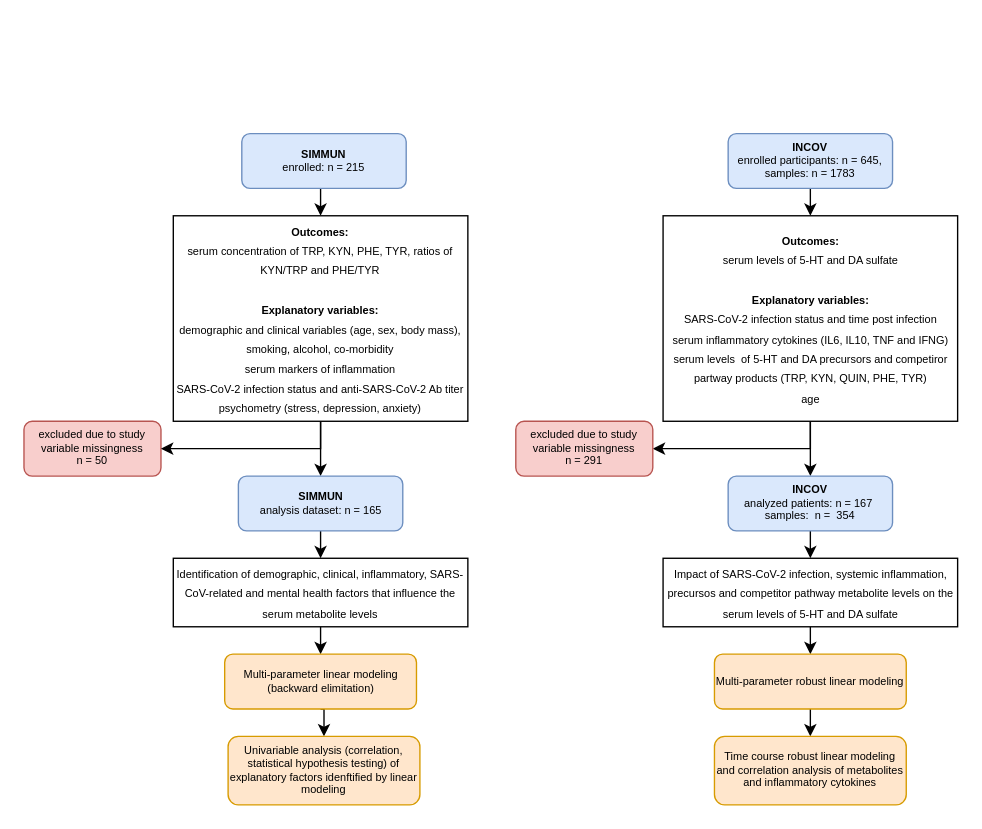
The draw.io diagram schemes/inclusion.drawio in PiotrTymoszuk/simmun, before the edit. Source tidied: cells renumbered, new cells numbered last; positions are measured from the earlier drawing's top-left corner, leaving out a move shared by most shapes. Both pictures are drawn from the tidied source at 137%, with x=0, y=0 at pixel (23, 133).
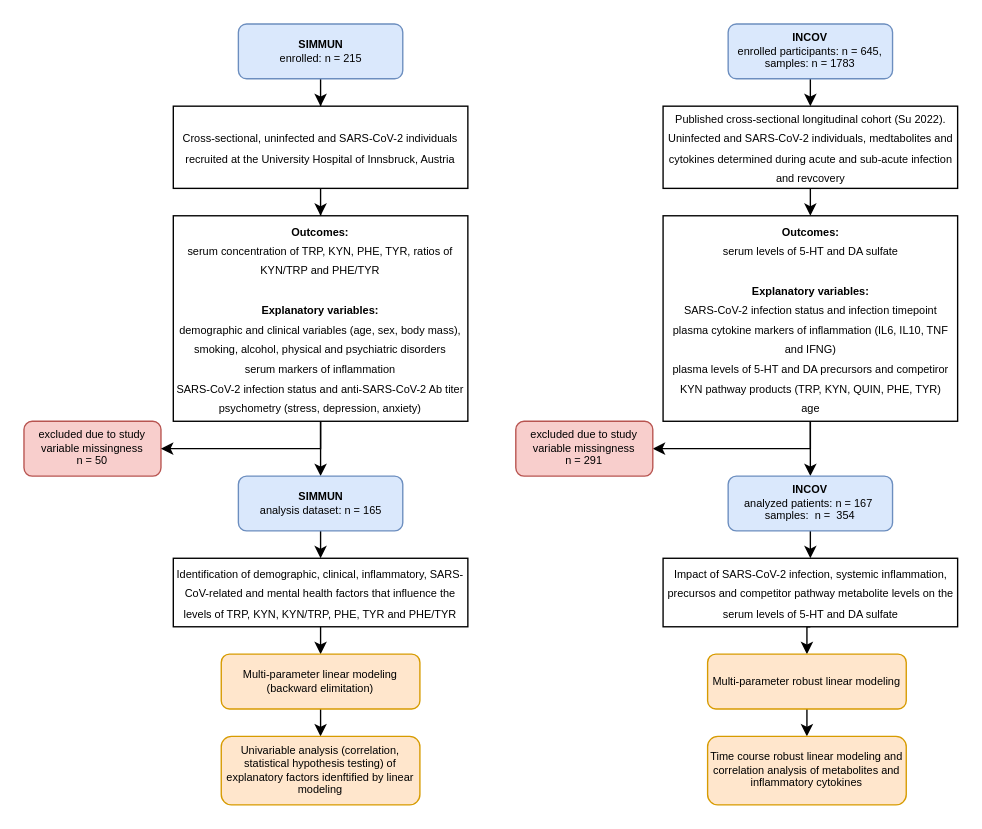
Above is the later version.

What changed in the source:
```diff
@@
-    <mxCell id="2" style="edgeStyle=orthogonalEdgeStyle;rounded=0;jettySize=auto;html=1;exitX=0.5;exitY=1;exitDx=0;exitDy=0;entryX=0.5;entryY=0;entryDx=0;entryDy=0;" parent="1" edge="1" source="3" target="7">
-      <mxGeometry relative="1" as="geometry" />
-    </mxCell>
+    <mxCell id="28" style="edgeStyle=orthogonalEdgeStyle;rounded=0;jettySize=auto;html=1;entryX=0.5;entryY=0;entryDx=0;entryDy=0;" parent="1" edge="1" source="3" target="31">
+      <mxGeometry relative="1" as="geometry" />
+    </mxCell>
     <mxCell id="3" value="SIMMUN&lt;br&gt;&lt;span style=&quot;font-weight: normal;&quot;&gt;enrolled: n = 215&lt;/span&gt;" style="rounded=1;whiteSpace=wrap;html=1;fontStyle=1;fontSize=8;fillColor=#dae8fc;strokeColor=#6c8ebf;" parent="1" vertex="1">
-      <mxGeometry x="159" width="120" height="40" as="geometry" />
+      <mxGeometry x="156.5" y="-80" width="120" height="40" as="geometry" />
     </mxCell>
@@
-    <mxCell id="7" value="&lt;font style=&quot;font-size: 8px;&quot;&gt;&lt;b style=&quot;border-color: var(--border-color);&quot;&gt;Outcomes:&lt;/b&gt;&lt;br style=&quot;border-color: var(--border-color);&quot;&gt;serum concentration of TRP, KYN, PHE, TYR, ratios of KYN/TRP and PHE/TYR&lt;br style=&quot;border-color: var(--border-color);&quot;&gt;&lt;br style=&quot;border-color: var(--border-color);&quot;&gt;&lt;b style=&quot;border-color: var(--border-color);&quot;&gt;Explanatory variables:&lt;br style=&quot;border-color: var(--border-color);&quot;&gt;&lt;/b&gt;demographic and clinical variables (age, sex, body mass), smoking, alcohol, co-morbidity&lt;br style=&quot;border-color: var(--border-color);&quot;&gt;serum markers of inflammation&lt;br style=&quot;border-color: var(--border-color);&quot;&gt;SARS-CoV-2 infection status and anti-SARS-CoV-2 Ab titer&lt;br style=&quot;border-color: var(--border-color);&quot;&gt;psychometry (stress, depression, anxiety)&lt;/font&gt;" style="rounded=0;whiteSpace=wrap;html=1;" parent="1" vertex="1">
+    <mxCell id="7" value="&lt;font style=&quot;font-size: 8px;&quot;&gt;&lt;b style=&quot;border-color: var(--border-color);&quot;&gt;Outcomes:&lt;/b&gt;&lt;br style=&quot;border-color: var(--border-color);&quot;&gt;serum concentration of TRP, KYN, PHE, TYR, ratios of KYN/TRP and PHE/TYR&lt;br style=&quot;border-color: var(--border-color);&quot;&gt;&lt;br style=&quot;border-color: var(--border-color);&quot;&gt;&lt;b style=&quot;border-color: var(--border-color);&quot;&gt;Explanatory variables:&lt;br style=&quot;border-color: var(--border-color);&quot;&gt;&lt;/b&gt;demographic and clinical variables (age, sex, body mass), smoking, alcohol, physical and psychiatric disorders&lt;br style=&quot;border-color: var(--border-color);&quot;&gt;serum markers of inflammation&lt;br style=&quot;border-color: var(--border-color);&quot;&gt;SARS-CoV-2 infection status and anti-SARS-CoV-2 Ab titer&lt;br style=&quot;border-color: var(--border-color);&quot;&gt;psychometry (stress, depression, anxiety)&lt;/font&gt;" style="rounded=0;whiteSpace=wrap;html=1;" parent="1" vertex="1">
       <mxGeometry x="109" y="60" width="215" height="150" as="geometry" />
     </mxCell>
@@
-    <mxCell id="11" value="&lt;font style=&quot;font-size: 8px;&quot;&gt;Identification of demographic, clinical, inflammatory, SARS-CoV-related and mental health factors that influence the serum metabolite levels&lt;/font&gt;" style="rounded=0;whiteSpace=wrap;html=1;" parent="1" vertex="1">
+    <mxCell id="11" value="&lt;font style=&quot;font-size: 8px;&quot;&gt;Identification of demographic, clinical, inflammatory, SARS-CoV-related and mental health factors that influence the levels of TRP, KYN, KYN/TRP, PHE, TYR and PHE/TYR&lt;/font&gt;" style="rounded=0;whiteSpace=wrap;html=1;" parent="1" vertex="1">
       <mxGeometry x="109" y="310" width="215" height="50" as="geometry" />
     </mxCell>
@@
     <mxCell id="13" value="Multi-parameter linear modeling (backward elimitation)" style="rounded=1;whiteSpace=wrap;html=1;fontSize=8;fillColor=#ffe6cc;strokeColor=#d79b00;" parent="1" vertex="1">
-      <mxGeometry x="146.5" y="380" width="140" height="40" as="geometry" />
+      <mxGeometry x="144" y="380" width="145" height="40" as="geometry" />
     </mxCell>
     <mxCell id="14" value="Univariable analysis (correlation, statistical hypothesis testing) of explanatory factors idenftified by linear modeling" style="rounded=1;whiteSpace=wrap;html=1;fontSize=8;fillColor=#ffe6cc;strokeColor=#d79b00;" parent="1" vertex="1">
-      <mxGeometry x="149" y="440" width="140" height="50" as="geometry" />
+      <mxGeometry x="144" y="440" width="145" height="50" as="geometry" />
     </mxCell>
-    <mxCell id="15" style="edgeStyle=orthogonalEdgeStyle;rounded=0;jettySize=auto;html=1;exitX=0.5;exitY=1;exitDx=0;exitDy=0;entryX=0.5;entryY=0;entryDx=0;entryDy=0;" parent="1" edge="1" source="16" target="21">
-      <mxGeometry relative="1" as="geometry" />
-    </mxCell>
+    <mxCell id="29" style="edgeStyle=orthogonalEdgeStyle;rounded=0;jettySize=auto;html=1;exitX=0.5;exitY=1;exitDx=0;exitDy=0;entryX=0.5;entryY=0;entryDx=0;entryDy=0;" parent="1" edge="1" source="16" target="33">
+      <mxGeometry relative="1" as="geometry" />
+    </mxCell>
     <mxCell id="16" value="INCOV&lt;br&gt;&lt;span style=&quot;font-weight: 400;&quot;&gt;enrolled participants: n = 645, samples: n = 1783&lt;/span&gt;" style="rounded=1;whiteSpace=wrap;html=1;fontStyle=1;fontSize=8;fillColor=#dae8fc;strokeColor=#6c8ebf;" parent="1" vertex="1">
-      <mxGeometry x="514" width="120" height="40" as="geometry" />
+      <mxGeometry x="514" y="-80" width="120" height="40" as="geometry" />
     </mxCell>
@@
-    <mxCell id="21" value="&lt;font style=&quot;font-size: 8px;&quot;&gt;&lt;b style=&quot;border-color: var(--border-color);&quot;&gt;Outcomes:&lt;/b&gt;&lt;br style=&quot;border-color: var(--border-color);&quot;&gt;serum levels of 5-HT and DA sulfate&lt;br style=&quot;border-color: var(--border-color);&quot;&gt;&lt;br style=&quot;border-color: var(--border-color);&quot;&gt;&lt;b style=&quot;border-color: var(--border-color);&quot;&gt;Explanatory variables:&lt;br style=&quot;border-color: var(--border-color);&quot;&gt;&lt;/b&gt;SARS-CoV-2 infection status and time post infection&lt;br&gt;serum inflammatory cytokines (IL6, IL10, TNF and IFNG)&lt;br&gt;serum levels&amp;nbsp; of 5-HT and DA precursors and competiror partway products (TRP, KYN, QUIN, PHE, TYR)&lt;br&gt;age&lt;br&gt;&lt;/font&gt;" style="rounded=0;whiteSpace=wrap;html=1;" parent="1" vertex="1">
+    <mxCell id="21" value="&lt;font style=&quot;font-size: 8px;&quot;&gt;&lt;b style=&quot;border-color: var(--border-color);&quot;&gt;Outcomes:&lt;/b&gt;&lt;br style=&quot;border-color: var(--border-color);&quot;&gt;serum levels of 5-HT and DA sulfate&lt;br style=&quot;border-color: var(--border-color);&quot;&gt;&lt;br style=&quot;border-color: var(--border-color);&quot;&gt;&lt;b style=&quot;border-color: var(--border-color);&quot;&gt;Explanatory variables:&lt;br style=&quot;border-color: var(--border-color);&quot;&gt;&lt;/b&gt;SARS-CoV-2 infection status and infection timepoint&lt;br&gt;plasma cytokine markers of inflammation (IL6, IL10, TNF and IFNG)&lt;br&gt;plasma levels of 5-HT and DA precursors and competiror KYN pathway products (TRP, KYN, QUIN, PHE, TYR)&lt;br&gt;age&lt;br&gt;&lt;/font&gt;" style="rounded=0;whiteSpace=wrap;html=1;" parent="1" vertex="1">
       <mxGeometry x="466.5" y="60" width="215" height="150" as="geometry" />
     </mxCell>
@@
     <mxCell id="23" value="Multi-parameter robust linear modeling" style="rounded=1;whiteSpace=wrap;html=1;fontSize=8;fillColor=#ffe6cc;strokeColor=#d79b00;" parent="1" vertex="1">
-      <mxGeometry x="504" y="380" width="140" height="40" as="geometry" />
+      <mxGeometry x="499" y="380" width="145" height="40" as="geometry" />
     </mxCell>
     <mxCell id="24" value="Time course robust linear modeling and correlation analysis of metabolites and inflammatory cytokines" style="rounded=1;whiteSpace=wrap;html=1;fontSize=8;fillColor=#ffe6cc;strokeColor=#d79b00;" parent="1" vertex="1">
-      <mxGeometry x="504" y="440" width="140" height="50" as="geometry" />
+      <mxGeometry x="499" y="440" width="145" height="50" as="geometry" />
     </mxCell>
@@
+    <mxCell id="30" style="edgeStyle=orthogonalEdgeStyle;rounded=0;jettySize=auto;html=1;entryX=0.5;entryY=0;entryDx=0;entryDy=0;" parent="1" edge="1" source="31" target="7">
+      <mxGeometry relative="1" as="geometry" />
+    </mxCell>
+    <mxCell id="31" value="&lt;font style=&quot;font-size: 8px;&quot;&gt;Cross-sectional, uninfected and SARS-CoV-2 individuals&lt;br&gt;recruited at the University Hospital of Innsbruck, Austria&lt;br&gt;&lt;/font&gt;" style="rounded=0;whiteSpace=wrap;html=1;" parent="1" vertex="1">
+      <mxGeometry x="109" y="-20" width="215" height="60" as="geometry" />
+    </mxCell>
+    <mxCell id="32" style="edgeStyle=orthogonalEdgeStyle;rounded=0;jettySize=auto;html=1;exitX=0.5;exitY=1;exitDx=0;exitDy=0;entryX=0.5;entryY=0;entryDx=0;entryDy=0;" parent="1" edge="1" source="33" target="21">
+      <mxGeometry relative="1" as="geometry" />
+    </mxCell>
+    <mxCell id="33" value="&lt;font style=&quot;font-size: 8px;&quot;&gt;Published cross-sectional longitudinal cohort (Su 2022).&lt;br&gt;Uninfected and SARS-CoV-2 individuals, medtabolites and cytokines determined during acute and sub-acute infection and revcovery&lt;br&gt;&lt;/font&gt;" style="rounded=0;whiteSpace=wrap;html=1;" parent="1" vertex="1">
+      <mxGeometry x="466.5" y="-20" width="215" height="60" as="geometry" />
+    </mxCell>
```
